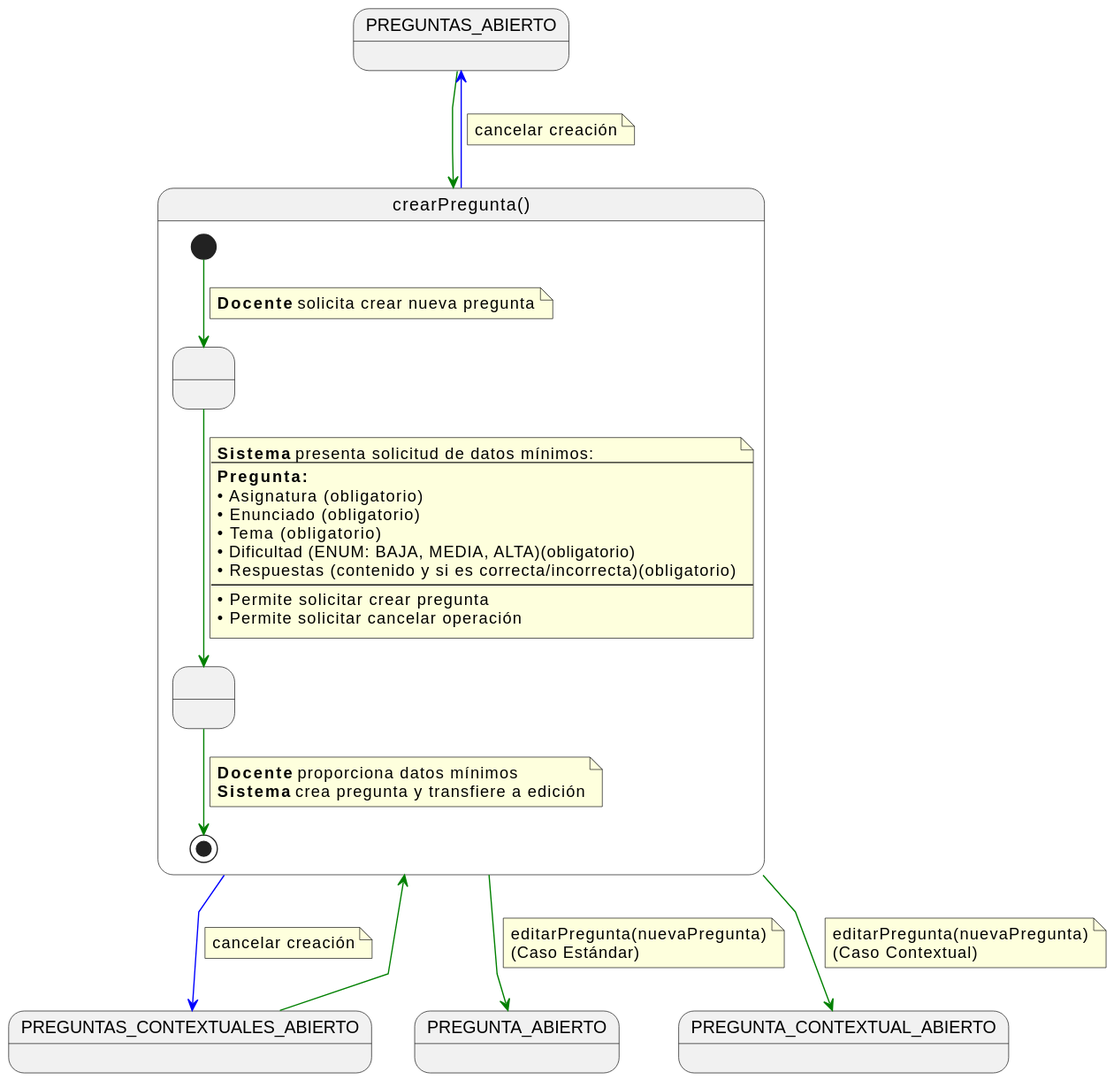
Earlier version of the PlantUML export documents/casos-de-uso/detalladoCasosDeUso/crearPregunta/crearPregunta.svg (martinlopez7/25-26-IdSw1-SdR).
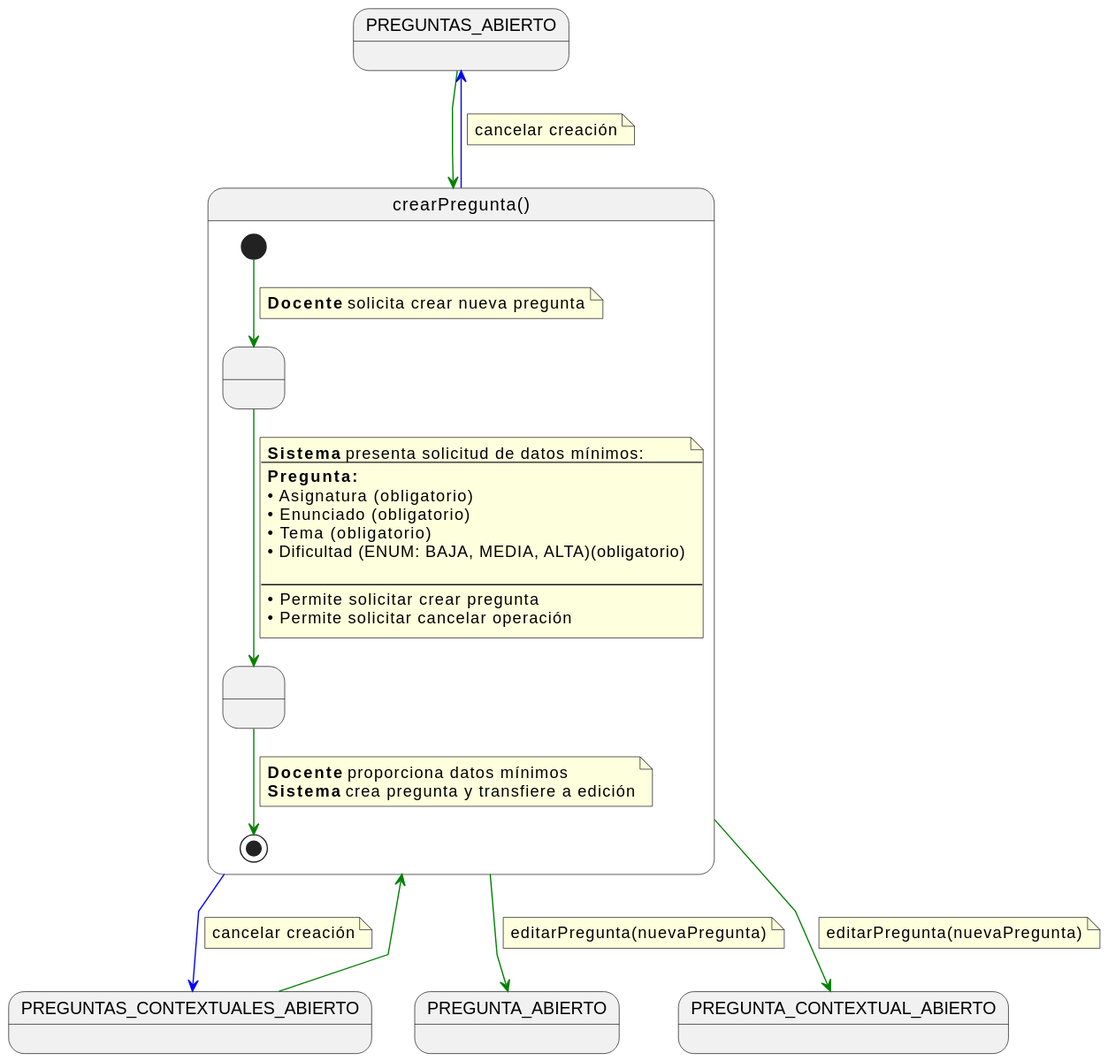
Later version of the same file.

Diff of the diagram source:
```diff
@@ -30,7 +30,7 @@
     • Enunciado (obligatorio)
     • Tema (obligatorio)
     • Dificultad (ENUM: BAJA, MEDIA, ALTA)(obligatorio)
-    • Respuestas (contenido y si es correcta/incorrecta)(obligatorio)
+
     ---
     • Permite solicitar crear pregunta
     • Permite solicitar cancelar operación
@@ -48,16 +48,12 @@
 crearPregunta -[#green]-> PREGUNTA_ABIERTO
 note on link
 editarPregunta(nuevaPregunta)
-(Caso Estándar)
 end note
 
 crearPregunta -[#green]-> PREGUNTA_CONTEXTUAL_ABIERTO
 note on link
 editarPregunta(nuevaPregunta)
-(Caso Contextual)
 end note
-
-
 
 crearPregunta -[#blue]-> PREGUNTAS_ABIERTO
 note on link
```
